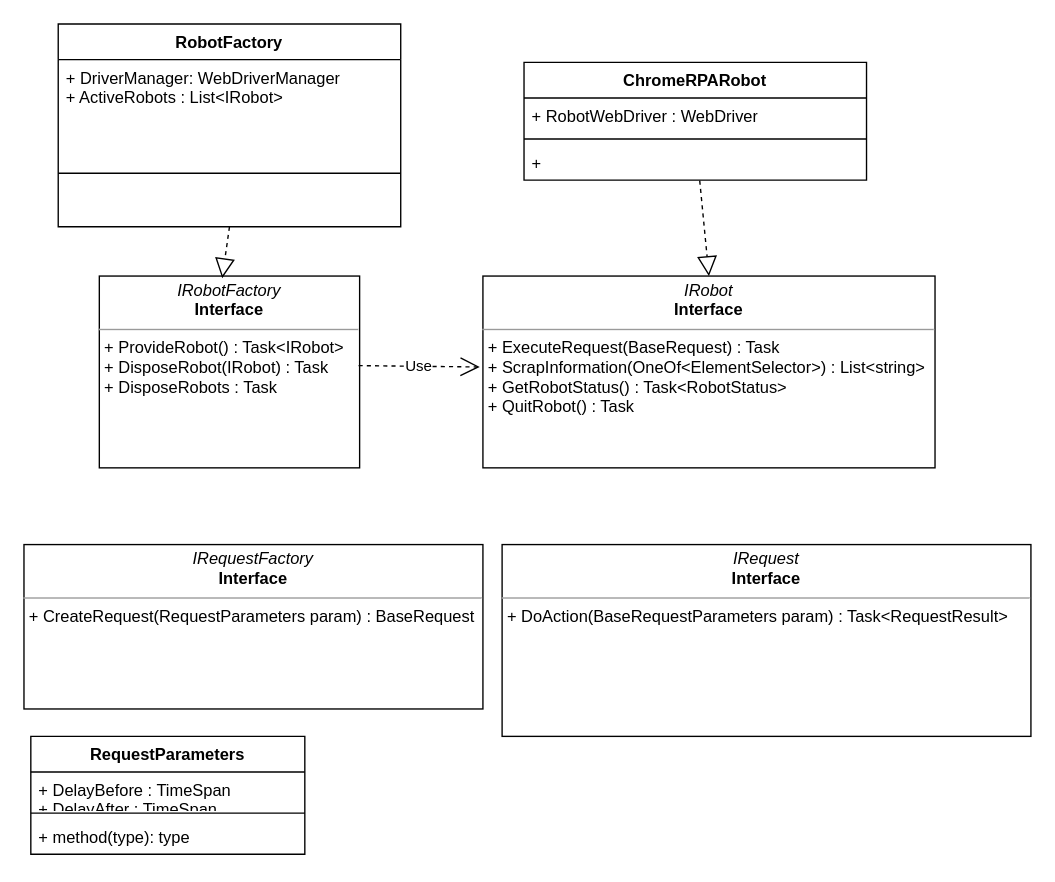
The draw.io diagram Untitled Diagram.drawio in vdemartinviude/apibot, before the edit. Source tidied: cells renumbered, new cells numbered last; positions are measured from the earlier drawing's top-left corner, leaving out a move shared by most shapes. Both pictures are drawn from the tidied source at 137%, with x=0, y=0 at pixel (23, 23).
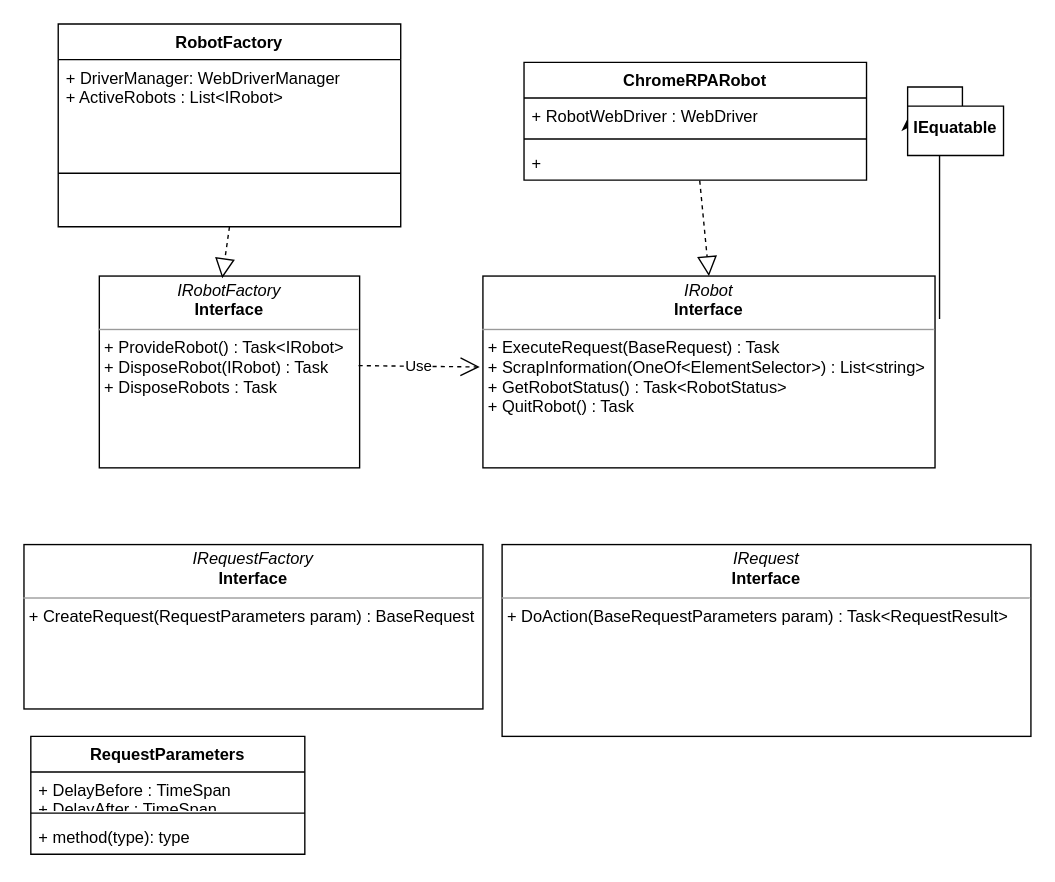
The same diagram, later.

Unchanged cells that the change refers to:
```xml
<mxCell id="3" value="&lt;p style=&quot;margin:0px;margin-top:4px;text-align:center;&quot;&gt;&lt;i&gt;IRobot&lt;/i&gt;&lt;br&gt;&lt;b&gt;Interface&lt;/b&gt;&lt;/p&gt;&lt;hr size=&quot;1&quot;&gt;&lt;p style=&quot;margin:0px;margin-left:4px;&quot;&gt;&lt;/p&gt;&lt;p style=&quot;margin:0px;margin-left:4px;&quot;&gt;+ ExecuteRequest(BaseRequest) : Task&lt;br&gt;+ ScrapInformation(OneOf&amp;lt;ElementSelector&amp;gt;) : List&amp;lt;string&amp;gt;&lt;/p&gt;&lt;p style=&quot;margin:0px;margin-left:4px;&quot;&gt;+ GetRobotStatus() : Task&amp;lt;RobotStatus&amp;gt;&lt;/p&gt;&lt;p style=&quot;margin:0px;margin-left:4px;&quot;&gt;+ QuitRobot() : Task&lt;/p&gt;" style="verticalAlign=top;align=left;overflow=fill;fontSize=12;fontFamily=Helvetica;html=1;whiteSpace=wrap;" parent="1" vertex="1">
  <mxGeometry x="335" y="184" width="330" height="140" as="geometry" />
</mxCell>
```

Change to the diagram source:
```diff
@@
+    <mxCell id="20" style="edgeStyle=orthogonalEdgeStyle;rounded=0;jettySize=auto;html=1;exitX=1.01;exitY=0.224;exitDx=0;exitDy=0;entryX=0;entryY=0;entryDx=0;entryDy=23;entryPerimeter=0;exitPerimeter=0;" parent="1" edge="1" source="3" target="21">
+      <mxGeometry relative="1" as="geometry">
+        <Array as="points">
+          <mxPoint x="668" y="71" />
+          <mxPoint x="645" y="71" />
+        </Array>
+      </mxGeometry>
+    </mxCell>
@@
+    <mxCell id="21" value="IEquatable" style="shape=folder;fontStyle=1;spacingTop=10;tabWidth=40;tabHeight=14;tabPosition=left;html=1;whiteSpace=wrap;" parent="1" vertex="1">
+      <mxGeometry x="645" y="46" width="70" height="50" as="geometry" />
+    </mxCell>
```
